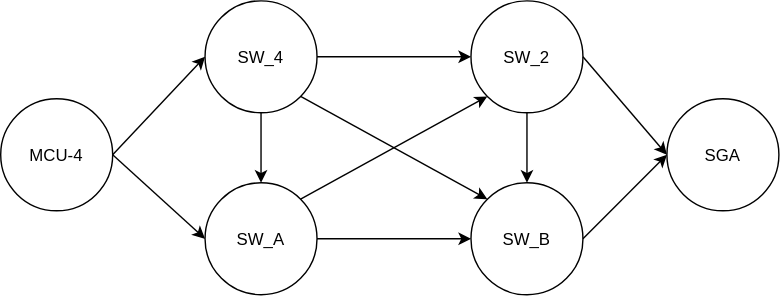
Above: Figs/unseen.svg in Fre-Ar/RSIS (draw.io), before the change. Source tidied: cells renumbered, new cells last; positions are measured from the earlier drawing's top-left corner, leaving out a move shared by most shapes.
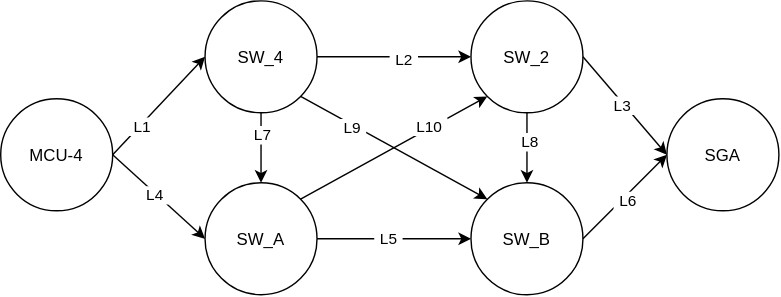
After the commit.

Diff of the diagram source:
```diff
@@ -20,35 +20,69 @@
     <mxCell id="7" style="endArrow=classic;html=1;rounded=0;defaultLabelBackgroundColor=page;labelPadding=0 4;exitX=1;exitY=0.5;exitDx=0;exitDy=0;entryX=0;entryY=0.5;entryDx=0;entryDy=0;" parent="1" edge="1" source="2" target="3">
       <mxGeometry relative="1" as="geometry" />
     </mxCell>
+    <mxCell id="18" value="L1" style="edgeLabel;html=1;align=center;verticalAlign=middle;inheritText=1;defaultLabelBackgroundColor=page;labelPadding=0 4;" parent="7" vertex="1">
+      <mxGeometry x="-0.39" y="-1" relative="1" as="geometry" />
+    </mxCell>
     <mxCell id="8" style="endArrow=classic;html=1;rounded=0;defaultLabelBackgroundColor=page;labelPadding=0 4;exitX=1;exitY=0.5;exitDx=0;exitDy=0;entryX=0;entryY=0.5;entryDx=0;entryDy=0;" parent="1" edge="1" source="3" target="4">
       <mxGeometry relative="1" as="geometry" />
     </mxCell>
+    <mxCell id="19" value="L2" style="edgeLabel;html=1;align=center;verticalAlign=middle;inheritText=1;defaultLabelBackgroundColor=page;labelPadding=0 4;" parent="8" vertex="1">
+      <mxGeometry x="0.11" y="-1" relative="1" as="geometry" />
+    </mxCell>
     <mxCell id="9" style="endArrow=classic;html=1;rounded=0;defaultLabelBackgroundColor=page;labelPadding=0 4;exitX=1;exitY=0.5;exitDx=0;exitDy=0;entryX=0;entryY=0.5;entryDx=0;entryDy=0;" parent="1" edge="1" source="4" target="6">
       <mxGeometry relative="1" as="geometry" />
     </mxCell>
+    <mxCell id="20" value="L3" style="edgeLabel;html=1;align=center;verticalAlign=middle;inheritText=1;defaultLabelBackgroundColor=page;labelPadding=0 4;" parent="9" vertex="1">
+      <mxGeometry x="-0.04" y="-2" relative="1" as="geometry" />
+    </mxCell>
     <mxCell id="10" style="endArrow=classic;html=1;rounded=0;defaultLabelBackgroundColor=page;labelPadding=0 4;exitX=1;exitY=0.5;exitDx=0;exitDy=0;entryX=0;entryY=0.5;entryDx=0;entryDy=0;" parent="1" edge="1" source="5" target="6">
       <mxGeometry relative="1" as="geometry" />
     </mxCell>
+    <mxCell id="21" value="L6" style="edgeLabel;html=1;align=center;verticalAlign=middle;inheritText=1;defaultLabelBackgroundColor=page;labelPadding=0 4;" parent="10" vertex="1">
+      <mxGeometry x="-0.01" y="-3" relative="1" as="geometry" />
+    </mxCell>
     <mxCell id="11" style="endArrow=classic;html=1;rounded=0;defaultLabelBackgroundColor=page;labelPadding=0 4;exitX=0.5;exitY=1;exitDx=0;exitDy=0;entryX=0.5;entryY=0;entryDx=0;entryDy=0;" parent="1" edge="1" source="3" target="12">
       <mxGeometry relative="1" as="geometry" />
     </mxCell>
+    <mxCell id="22" value="L7" style="edgeLabel;html=1;align=center;verticalAlign=middle;inheritText=1;defaultLabelBackgroundColor=page;labelPadding=0 4;" parent="11" vertex="1">
+      <mxGeometry x="-0.41" relative="1" as="geometry" />
+    </mxCell>
     <mxCell id="12" value="SW_A" style="ellipse;whiteSpace=wrap;html=1;shapeInside=1;" parent="1" vertex="1">
       <mxGeometry x="146" y="130" width="80" height="80" as="geometry" />
     </mxCell>
     <mxCell id="13" style="endArrow=classic;html=1;rounded=0;defaultLabelBackgroundColor=page;labelPadding=0 4;exitX=1;exitY=0.5;exitDx=0;exitDy=0;entryX=0;entryY=0.5;entryDx=0;entryDy=0;" parent="1" edge="1" source="2" target="12">
       <mxGeometry relative="1" as="geometry" />
     </mxCell>
+    <mxCell id="23" value="L4" style="edgeLabel;html=1;align=center;verticalAlign=middle;inheritText=1;defaultLabelBackgroundColor=page;labelPadding=0 4;" parent="13" vertex="1">
+      <mxGeometry x="-0.07" y="-1" relative="1" as="geometry" />
+    </mxCell>
     <mxCell id="14" style="endArrow=classic;html=1;rounded=0;defaultLabelBackgroundColor=page;labelPadding=0 4;exitX=1;exitY=0.5;exitDx=0;exitDy=0;entryX=0;entryY=0.5;entryDx=0;entryDy=0;" parent="1" edge="1" source="12" target="5">
       <mxGeometry relative="1" as="geometry" />
     </mxCell>
+    <mxCell id="24" value="L5" style="edgeLabel;html=1;align=center;verticalAlign=middle;inheritText=1;defaultLabelBackgroundColor=page;labelPadding=0 4;" parent="14" vertex="1">
+      <mxGeometry x="-0.1" y="1" relative="1" as="geometry" />
+    </mxCell>
     <mxCell id="15" style="endArrow=classic;html=1;rounded=0;defaultLabelBackgroundColor=page;labelPadding=0 4;exitX=0.5;exitY=1;exitDx=0;exitDy=0;entryX=0.5;entryY=0;entryDx=0;entryDy=0;" parent="1" edge="1" source="4" target="5">
       <mxGeometry relative="1" as="geometry" />
     </mxCell>
+    <mxCell id="25" value="L8" style="edgeLabel;html=1;align=center;verticalAlign=middle;inheritText=1;defaultLabelBackgroundColor=page;labelPadding=0 4;" parent="15" vertex="1">
+      <mxGeometry x="-0.2" y="1" relative="1" as="geometry" />
+    </mxCell>
     <mxCell id="16" style="endArrow=classic;html=1;rounded=0;defaultLabelBackgroundColor=page;labelPadding=0 4;exitX=1;exitY=0;exitDx=0;exitDy=0;entryX=0;entryY=1;entryDx=0;entryDy=0;" parent="1" edge="1" source="12" target="4">
       <mxGeometry relative="1" as="geometry" />
     </mxCell>
+    <mxCell id="26" value="L10" style="edgeLabel;html=1;align=center;verticalAlign=middle;inheritText=1;defaultLabelBackgroundColor=page;labelPadding=0 4;" parent="16" vertex="1">
+      <mxGeometry x="-0.26" y="-1" relative="1" as="geometry">
+        <mxPoint x="42" y="-26" as="offset" />
+      </mxGeometry>
+    </mxCell>
     <mxCell id="17" style="endArrow=classic;html=1;rounded=0;defaultLabelBackgroundColor=page;labelPadding=0 4;exitX=1;exitY=1;exitDx=0;exitDy=0;entryX=0;entryY=0;entryDx=0;entryDy=0;" parent="1" edge="1" source="3" target="5">
       <mxGeometry relative="1" as="geometry" />
     </mxCell>
+    <mxCell id="27" value="L9" style="edgeLabel;html=1;align=center;verticalAlign=middle;inheritText=1;defaultLabelBackgroundColor=page;labelPadding=0 4;" parent="17" vertex="1">
+      <mxGeometry x="-0.44" y="-1" relative="1" as="geometry">
+        <mxPoint y="1" as="offset" />
+      </mxGeometry>
+    </mxCell>
   </root>
 </mxGraphModel>
```
